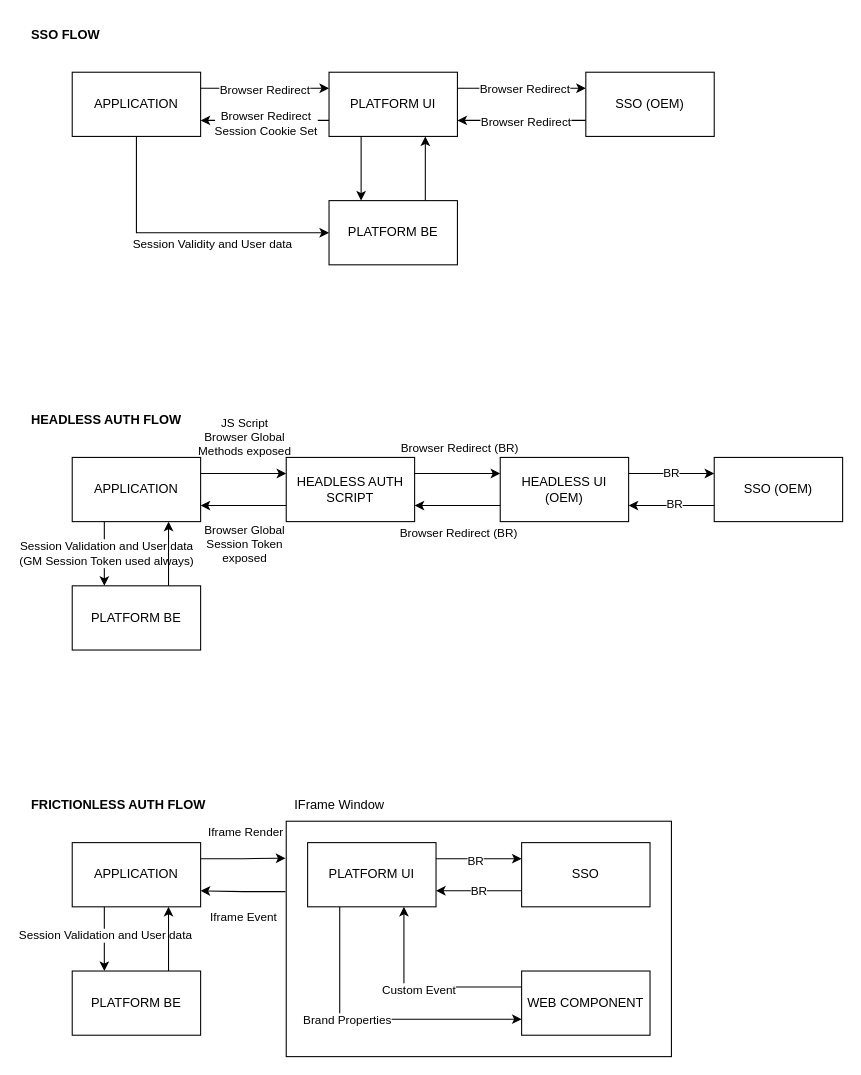
This is LOGIN-FLOWS.drawio from ssharifdev/draw.io, a draw.io file, before an edit. Source tidied: cells renumbered, new cells numbered last; positions are measured from the earlier drawing's top-left corner, leaving out a move shared by most shapes. Both pictures are drawn from the tidied source at 107%, with x=0, y=0 at pixel (29, 18).
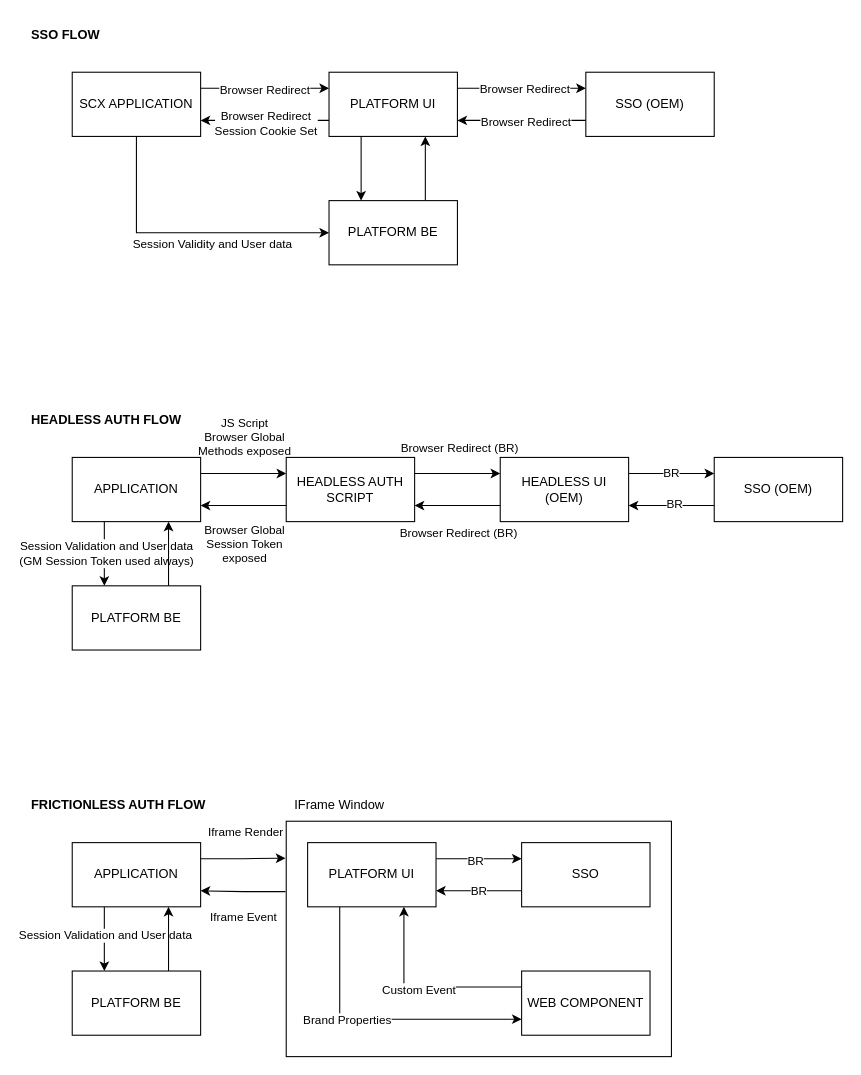
The same diagram, later.

Diff of the diagram source:
```diff
@@
-    <mxCell id="8" value="APPLICATION" style="rounded=0;whiteSpace=wrap;html=1;" parent="1" vertex="1">
+    <mxCell id="8" value="SCX APPLICATION" style="rounded=0;whiteSpace=wrap;html=1;" parent="1" vertex="1">
       <mxGeometry x="40" y="50" width="120" height="60" as="geometry" />
     </mxCell>
```
